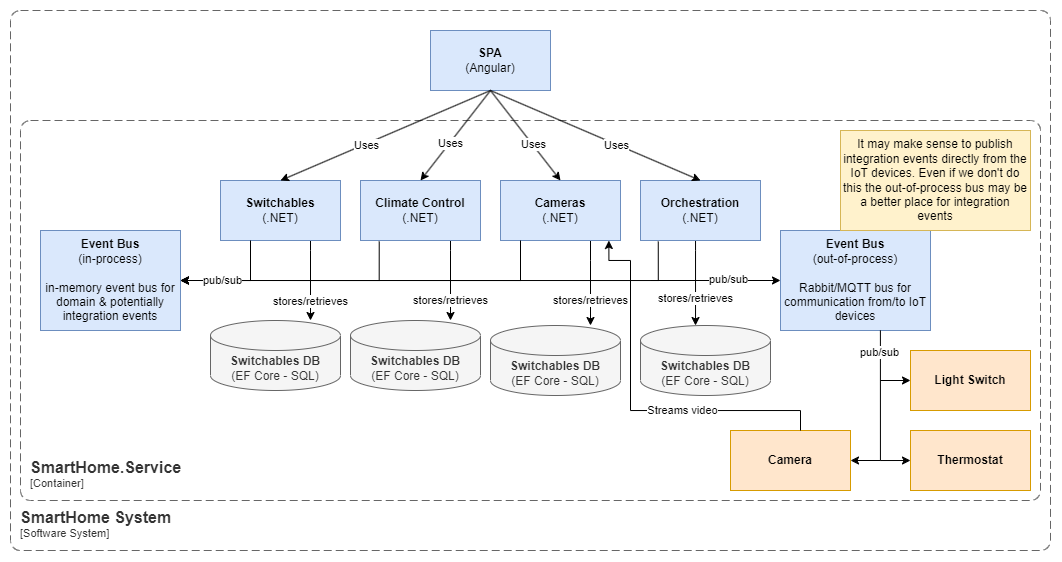
Above: Documentation/Diagrams/SmartHomeC3.drawio.png in alamb3142/SmartHome (draw.io), before the change. Source tidied: cells renumbered, new cells last; positions are measured from the earlier drawing's top-left corner, leaving out a move shared by most shapes.
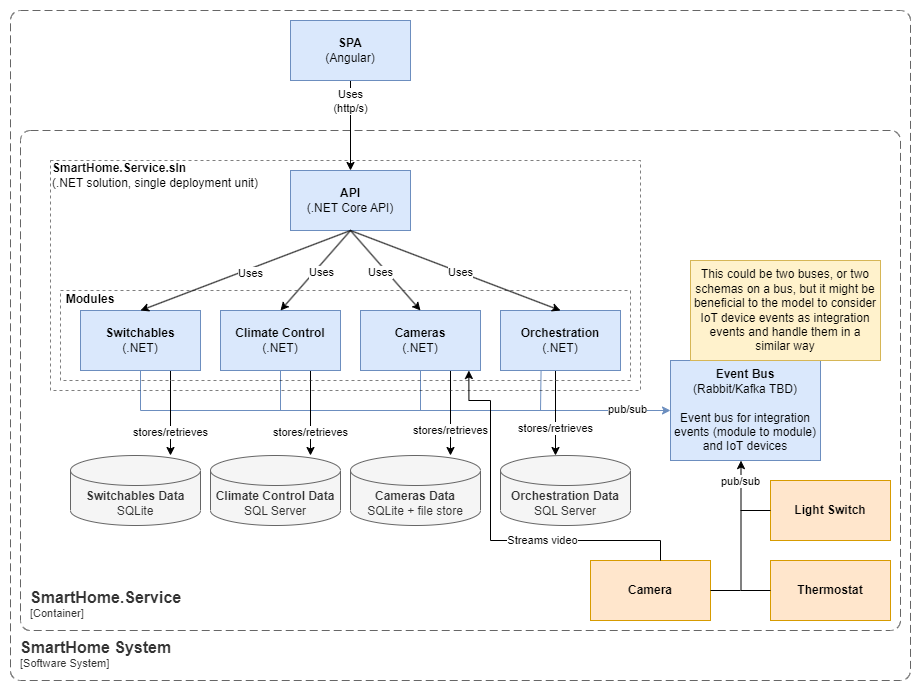
After the change.

Commit message:
Updates C3 diagram and description

Diff of the diagram source:
```diff
@@ -2,21 +2,33 @@
   <root>
     <mxCell id="0" />
     <mxCell id="1" parent="0" />
+    <mxCell id="48" style="endArrow=classic;html=1;rounded=0;exitX=0.5;exitY=1;exitDx=0;exitDy=0;edgeStyle=orthogonalEdgeStyle;fillColor=#dae8fc;strokeColor=#6c8ebf;entryX=0;entryY=0.5;entryDx=0;entryDy=0;" parent="1" edge="1" source="8" target="35">
+      <mxGeometry relative="1" as="geometry">
+        <Array as="points">
+          <mxPoint x="270" y="270" />
+        </Array>
+      </mxGeometry>
+    </mxCell>
+    <mxCell id="49" value="pub/sub" style="edgeLabel;html=1;align=center;verticalAlign=middle;" parent="48" vertex="1">
+      <mxGeometry x="0.8" y="1" relative="1" as="geometry">
+        <mxPoint x="13" as="offset" />
+      </mxGeometry>
+    </mxCell>
     <object id="2" label="&lt;font style=&quot;font-size: 16px&quot;&gt;&lt;b&gt;&lt;div style=&quot;text-align: left&quot;&gt;%c4Name%&lt;/div&gt;&lt;/b&gt;&lt;/font&gt;&lt;div style=&quot;text-align: left&quot;&gt;[%c4Application%]&lt;/div&gt;" c4Application="Container" c4Name="SmartHome.Service" c4Type="ContainerScopeBoundary" placeholders="1">
       <mxCell style="rounded=1;fontSize=11;whiteSpace=wrap;html=1;dashed=1;arcSize=20;fillColor=none;strokeColor=#666666;fontColor=#333333;labelBackgroundColor=none;align=left;verticalAlign=bottom;labelBorderColor=none;spacingTop=0;spacing=10;dashPattern=8 4;perimeter=rectanglePerimeter;noLabel=0;labelPadding=0;absoluteArcSize=1;" parent="1" vertex="1">
-        <mxGeometry x="10" y="110" width="1020" height="380" as="geometry" />
+        <mxGeometry x="150" y="-10" width="880" height="500" as="geometry" />
       </mxCell>
     </object>
-    <mxCell id="3" value="&lt;b&gt;Switchables DB&lt;/b&gt;&lt;br&gt;(EF Core - SQL)" style="shape=cylinder3;whiteSpace=wrap;html=1;boundedLbl=1;backgroundOutline=1;size=15;fillColor=#f5f5f5;fontColor=#333333;strokeColor=#666666;" parent="1" vertex="1">
-      <mxGeometry x="200" y="310" width="130" height="70" as="geometry" />
+    <mxCell id="3" value="&lt;b&gt;Switchables Data&lt;/b&gt;&lt;br&gt;SQLite" style="shape=cylinder3;whiteSpace=wrap;html=1;boundedLbl=1;backgroundOutline=1;size=15;fillColor=#f5f5f5;fontColor=#333333;strokeColor=#666666;" parent="1" vertex="1">
+      <mxGeometry x="200" y="315" width="130" height="70" as="geometry" />
     </mxCell>
     <object id="4" label="&lt;font style=&quot;font-size: 16px&quot;&gt;&lt;b&gt;&lt;div style=&quot;text-align: left&quot;&gt;%c4Name%&lt;/div&gt;&lt;/b&gt;&lt;/font&gt;&lt;div style=&quot;text-align: left&quot;&gt;[%c4Application%]&lt;/div&gt;" c4Application="Software System" c4Name="SmartHome System" c4Type="SystemScopeBoundary" placeholders="1">
       <mxCell style="rounded=1;fontSize=11;whiteSpace=wrap;html=1;dashed=1;arcSize=20;fillColor=none;strokeColor=#666666;fontColor=#333333;labelBackgroundColor=none;align=left;verticalAlign=bottom;labelBorderColor=none;spacingTop=0;spacing=10;dashPattern=8 4;perimeter=rectanglePerimeter;noLabel=0;labelPadding=0;absoluteArcSize=1;" parent="1" vertex="1">
-        <mxGeometry width="1040" height="540" as="geometry" />
+        <mxGeometry x="140" y="-130" width="900" height="670" as="geometry" />
       </mxCell>
     </object>
-    <mxCell id="5" value="&lt;b&gt;SPA&lt;/b&gt;&lt;br&gt;(Angular)" style="rounded=0;whiteSpace=wrap;html=1;fillColor=#dae8fc;strokeColor=#6c8ebf;" parent="1" vertex="1">
-      <mxGeometry x="420" y="20" width="120" height="60" as="geometry" />
+    <mxCell id="5" value="&lt;b&gt;API&lt;/b&gt;&lt;br&gt;(.NET Core API)" style="rounded=0;whiteSpace=wrap;html=1;fillColor=#dae8fc;strokeColor=#6c8ebf;" parent="1" vertex="1">
+      <mxGeometry x="420" y="30" width="120" height="60" as="geometry" />
     </mxCell>
     <mxCell id="6" style="edgeStyle=orthogonalEdgeStyle;rounded=0;jettySize=auto;html=1;" parent="1" edge="1" source="8" target="3">
       <mxGeometry relative="1" as="geometry">
@@ -50,9 +62,6 @@
     <mxCell id="11" value="&lt;b&gt;Climate Control&lt;/b&gt;&lt;br&gt;(.NET)" style="rounded=0;whiteSpace=wrap;html=1;fillColor=#dae8fc;strokeColor=#6c8ebf;" parent="1" vertex="1">
       <mxGeometry x="350" y="170" width="120" height="60" as="geometry" />
     </mxCell>
-    <mxCell id="12" value="&lt;b&gt;Event Bus&lt;/b&gt;&lt;br&gt;(in-process)&lt;br&gt;&lt;br&gt;in-memory event bus for domain &amp;amp; potentially integration events" style="rounded=0;whiteSpace=wrap;html=1;fillColor=#dae8fc;strokeColor=#6c8ebf;" parent="1" vertex="1">
-      <mxGeometry x="30" y="220" width="140" height="100" as="geometry" />
-    </mxCell>
     <mxCell id="13" style="edgeStyle=orthogonalEdgeStyle;rounded=0;jettySize=auto;html=1;" parent="1" edge="1" source="15" target="20">
       <mxGeometry relative="1" as="geometry">
         <Array as="points">
@@ -83,82 +92,52 @@
     <mxCell id="18" value="&lt;b&gt;Orchestration&lt;/b&gt;&lt;br&gt;(.NET)" style="rounded=0;whiteSpace=wrap;html=1;fillColor=#dae8fc;strokeColor=#6c8ebf;" parent="1" vertex="1">
       <mxGeometry x="630" y="170" width="120" height="60" as="geometry" />
     </mxCell>
-    <mxCell id="19" value="&lt;b&gt;Switchables DB&lt;/b&gt;&lt;br&gt;(EF Core - SQL)" style="shape=cylinder3;whiteSpace=wrap;html=1;boundedLbl=1;backgroundOutline=1;size=15;fillColor=#f5f5f5;fontColor=#333333;strokeColor=#666666;" parent="1" vertex="1">
-      <mxGeometry x="340" y="310" width="130" height="70" as="geometry" />
+    <mxCell id="19" value="&lt;b&gt;Climate Control Data&lt;/b&gt;&lt;br&gt;SQL Server" style="shape=cylinder3;whiteSpace=wrap;html=1;boundedLbl=1;backgroundOutline=1;size=15;fillColor=#f5f5f5;fontColor=#333333;strokeColor=#666666;" parent="1" vertex="1">
+      <mxGeometry x="340" y="315" width="130" height="70" as="geometry" />
     </mxCell>
-    <mxCell id="20" value="&lt;b&gt;Switchables DB&lt;/b&gt;&lt;br&gt;(EF Core - SQL)" style="shape=cylinder3;whiteSpace=wrap;html=1;boundedLbl=1;backgroundOutline=1;size=15;fillColor=#f5f5f5;fontColor=#333333;strokeColor=#666666;" parent="1" vertex="1">
+    <mxCell id="20" value="&lt;b&gt;Cameras Data&lt;/b&gt;&lt;br&gt;SQLite + file store" style="shape=cylinder3;whiteSpace=wrap;html=1;boundedLbl=1;backgroundOutline=1;size=15;fillColor=#f5f5f5;fontColor=#333333;strokeColor=#666666;" parent="1" vertex="1">
       <mxGeometry x="480" y="315" width="130" height="70" as="geometry" />
     </mxCell>
-    <mxCell id="21" value="&lt;b&gt;Switchables DB&lt;/b&gt;&lt;br&gt;(EF Core - SQL)" style="shape=cylinder3;whiteSpace=wrap;html=1;boundedLbl=1;backgroundOutline=1;size=15;fillColor=#f5f5f5;fontColor=#333333;strokeColor=#666666;" parent="1" vertex="1">
+    <mxCell id="21" value="&lt;b&gt;Orchestration Data&lt;/b&gt;&lt;br&gt;SQL Server" style="shape=cylinder3;whiteSpace=wrap;html=1;boundedLbl=1;backgroundOutline=1;size=15;fillColor=#f5f5f5;fontColor=#333333;strokeColor=#666666;" parent="1" vertex="1">
       <mxGeometry x="630" y="315" width="130" height="70" as="geometry" />
     </mxCell>
-    <mxCell id="22" style="endArrow=classic;html=1;rounded=0;entryX=1;entryY=0.5;entryDx=0;entryDy=0;edgeStyle=orthogonalEdgeStyle;" parent="1" edge="1" target="12">
-      <mxGeometry relative="1" as="geometry">
-        <mxPoint x="240" y="230" as="sourcePoint" />
-        <Array as="points">
-          <mxPoint x="240" y="230" />
-          <mxPoint x="240" y="270" />
-        </Array>
-      </mxGeometry>
-    </mxCell>
-    <mxCell id="23" style="endArrow=classic;html=1;rounded=0;exitX=0.156;exitY=1.017;exitDx=0;exitDy=0;exitPerimeter=0;entryX=1;entryY=0.5;entryDx=0;entryDy=0;edgeStyle=orthogonalEdgeStyle;" parent="1" edge="1" source="11" target="12">
-      <mxGeometry relative="1" as="geometry" />
-    </mxCell>
-    <mxCell id="24" style="endArrow=classic;html=1;rounded=0;entryX=1;entryY=0.5;entryDx=0;entryDy=0;edgeStyle=orthogonalEdgeStyle;" parent="1" edge="1" target="12">
-      <mxGeometry relative="1" as="geometry">
-        <mxPoint x="510" y="230" as="sourcePoint" />
-        <Array as="points">
-          <mxPoint x="510" y="270" />
-        </Array>
-      </mxGeometry>
-    </mxCell>
-    <mxCell id="25" style="endArrow=classic;html=1;rounded=0;exitX=0.148;exitY=1.017;exitDx=0;exitDy=0;exitPerimeter=0;entryX=1;entryY=0.5;entryDx=0;entryDy=0;edgeStyle=orthogonalEdgeStyle;" parent="1" edge="1" source="18" target="12">
-      <mxGeometry relative="1" as="geometry" />
-    </mxCell>
-    <mxCell id="26" value="pub/sub" style="edgeLabel;html=1;align=center;verticalAlign=middle;" parent="25" vertex="1">
-      <mxGeometry x="0.84" relative="1" as="geometry" />
-    </mxCell>
     <mxCell id="27" style="endArrow=classic;html=1;rounded=0;exitX=0.5;exitY=1;exitDx=0;exitDy=0;entryX=0.5;entryY=0;entryDx=0;entryDy=0;" parent="1" edge="1" source="5" target="8">
       <mxGeometry relative="1" as="geometry" />
     </mxCell>
     <mxCell id="28" value="Uses" style="edgeLabel;html=1;align=center;verticalAlign=middle;" parent="27" vertex="1">
-      <mxGeometry x="0.19" y="1" relative="1" as="geometry" />
+      <mxGeometry x="0.19" y="1" relative="1" as="geometry">
+        <mxPoint x="24" y="-6" as="offset" />
+      </mxGeometry>
     </mxCell>
-    <mxCell id="29" style="endArrow=classic;html=1;rounded=0;entryX=0.5;entryY=0;entryDx=0;entryDy=0;" parent="1" edge="1" target="11">
-      <mxGeometry relative="1" as="geometry">
-        <mxPoint x="480" y="80" as="sourcePoint" />
-      </mxGeometry>
+    <mxCell id="29" style="endArrow=classic;html=1;rounded=0;entryX=0.5;entryY=0;entryDx=0;entryDy=0;exitX=0.5;exitY=1;exitDx=0;exitDy=0;" parent="1" edge="1" source="5" target="11">
+      <mxGeometry relative="1" as="geometry" />
     </mxCell>
     <mxCell id="30" value="Uses" style="edgeLabel;html=1;align=center;verticalAlign=middle;" parent="29" vertex="1">
-      <mxGeometry x="0.16" y="1" relative="1" as="geometry" />
+      <mxGeometry x="0.16" y="1" relative="1" as="geometry">
+        <mxPoint x="10" y="-5" as="offset" />
+      </mxGeometry>
     </mxCell>
     <mxCell id="31" style="endArrow=classic;html=1;rounded=0;exitX=0.5;exitY=1;exitDx=0;exitDy=0;entryX=0.5;entryY=0;entryDx=0;entryDy=0;" parent="1" edge="1" source="5" target="15">
       <mxGeometry relative="1" as="geometry" />
     </mxCell>
     <mxCell id="32" value="Uses" style="edgeLabel;html=1;align=center;verticalAlign=middle;" parent="31" vertex="1">
-      <mxGeometry x="0.21" y="1" relative="1" as="geometry" />
+      <mxGeometry x="0.21" y="1" relative="1" as="geometry">
+        <mxPoint x="-13" y="-6" as="offset" />
+      </mxGeometry>
     </mxCell>
-    <mxCell id="33" style="endArrow=classic;html=1;rounded=0;entryX=0.5;entryY=0;entryDx=0;entryDy=0;" parent="1" edge="1" target="18">
-      <mxGeometry relative="1" as="geometry">
-        <mxPoint x="480" y="80" as="sourcePoint" />
-      </mxGeometry>
+    <mxCell id="33" style="endArrow=classic;html=1;rounded=0;entryX=0.5;entryY=0;entryDx=0;entryDy=0;exitX=0.5;exitY=1;exitDx=0;exitDy=0;" parent="1" edge="1" source="5" target="18">
+      <mxGeometry relative="1" as="geometry" />
     </mxCell>
     <mxCell id="34" value="Uses" style="edgeLabel;html=1;align=center;verticalAlign=middle;" parent="33" vertex="1">
-      <mxGeometry x="0.2" y="-1" relative="1" as="geometry" />
+      <mxGeometry x="0.2" y="-1" relative="1" as="geometry">
+        <mxPoint x="-16" y="-7" as="offset" />
+      </mxGeometry>
     </mxCell>
-    <mxCell id="35" value="&lt;b&gt;Event Bus&lt;/b&gt;&lt;br&gt;(out-of-process)&lt;br&gt;&lt;br&gt;Rabbit/MQTT bus for communication from/to IoT devices" style="rounded=0;whiteSpace=wrap;html=1;fillColor=#dae8fc;strokeColor=#6c8ebf;" parent="1" vertex="1">
-      <mxGeometry x="770" y="220" width="150" height="100" as="geometry" />
+    <mxCell id="35" value="&lt;b&gt;Event Bus&lt;br&gt;&lt;/b&gt;(Rabbit/Kafka TBD)&lt;br&gt;&lt;br&gt;Event bus for integration events (module to module) and IoT devices" style="rounded=0;whiteSpace=wrap;html=1;fillColor=#dae8fc;strokeColor=#6c8ebf;" parent="1" vertex="1">
+      <mxGeometry x="800" y="220" width="150" height="100" as="geometry" />
     </mxCell>
-    <mxCell id="36" style="endArrow=classic;html=1;rounded=0;entryX=0;entryY=0.5;entryDx=0;entryDy=0;" parent="1" edge="1" target="35">
-      <mxGeometry relative="1" as="geometry">
-        <mxPoint x="640" y="270" as="sourcePoint" />
-      </mxGeometry>
-    </mxCell>
-    <mxCell id="37" value="pub/sub" style="edgeLabel;html=1;align=center;verticalAlign=middle;" parent="36" vertex="1">
-      <mxGeometry x="0.18" y="1" relative="1" as="geometry" />
-    </mxCell>
-    <mxCell id="38" value="It may make sense to publish integration events directly from the IoT devices. Even if we don't do this the out-of-process bus may be a better place for integration events" style="rounded=0;whiteSpace=wrap;html=1;fillColor=#fff2cc;strokeColor=#d6b656;" parent="1" vertex="1">
-      <mxGeometry x="830" y="120" width="190" height="100" as="geometry" />
+    <mxCell id="38" value="This could be two buses, or two schemas on a bus, but it might be beneficial to the model to consider IoT device events as integration events and handle them in a similar way" style="rounded=0;whiteSpace=wrap;html=1;fillColor=#fff2cc;strokeColor=#d6b656;" parent="1" vertex="1">
+      <mxGeometry x="820" y="120" width="190" height="100" as="geometry" />
     </mxCell>
     <mxCell id="39" value="&lt;b&gt;Light Switch&lt;/b&gt;" style="rounded=0;whiteSpace=wrap;html=1;fillColor=#ffe6cc;strokeColor=#d79b00;" parent="1" vertex="1">
       <mxGeometry x="900" y="340" width="120" height="60" as="geometry" />
@@ -169,19 +148,23 @@
     <mxCell id="41" value="&lt;b&gt;Camera&lt;/b&gt;" style="rounded=0;whiteSpace=wrap;html=1;fillColor=#ffe6cc;strokeColor=#d79b00;" parent="1" vertex="1">
       <mxGeometry x="720" y="420" width="120" height="60" as="geometry" />
     </mxCell>
-    <mxCell id="42" style="endArrow=classic;html=1;rounded=0;exitX=0.666;exitY=0.999;exitDx=0;exitDy=0;edgeStyle=orthogonalEdgeStyle;entryX=0;entryY=0.5;entryDx=0;entryDy=0;exitPerimeter=0;" parent="1" edge="1" source="35" target="40">
-      <mxGeometry relative="1" as="geometry" />
+    <mxCell id="42" style="endArrow=none;html=1;rounded=0;exitX=0.47;exitY=1.001;exitDx=0;exitDy=0;edgeStyle=orthogonalEdgeStyle;entryX=0;entryY=0.5;entryDx=0;entryDy=0;exitPerimeter=0;endFill=0;startArrow=classic;startFill=1;" parent="1" edge="1" source="35" target="40">
+      <mxGeometry relative="1" as="geometry">
+        <Array as="points">
+          <mxPoint x="871" y="450" />
+        </Array>
+      </mxGeometry>
     </mxCell>
     <mxCell id="43" value="pub/sub" style="edgeLabel;html=1;align=center;verticalAlign=middle;" parent="42" vertex="1">
       <mxGeometry x="-0.73" y="-1" relative="1" as="geometry" />
     </mxCell>
-    <mxCell id="44" style="endArrow=classic;html=1;rounded=0;" parent="1" edge="1">
+    <mxCell id="44" style="endArrow=none;html=1;rounded=0;endFill=0;" parent="1" edge="1">
       <mxGeometry relative="1" as="geometry">
         <mxPoint x="870" y="370" as="sourcePoint" />
         <mxPoint x="900" y="370" as="targetPoint" />
       </mxGeometry>
     </mxCell>
-    <mxCell id="45" style="endArrow=classic;html=1;rounded=0;edgeStyle=orthogonalEdgeStyle;" parent="1" edge="1">
+    <mxCell id="45" style="endArrow=none;html=1;rounded=0;edgeStyle=orthogonalEdgeStyle;endFill=0;" parent="1" edge="1">
       <mxGeometry relative="1" as="geometry">
         <mxPoint x="870" y="450" as="sourcePoint" />
         <mxPoint x="840" y="450" as="targetPoint" />
@@ -193,13 +176,54 @@
         <Array as="points">
           <mxPoint x="790" y="400" />
           <mxPoint x="620" y="400" />
-          <mxPoint x="620" y="250" />
-          <mxPoint x="598" y="250" />
+          <mxPoint x="620" y="260" />
+          <mxPoint x="598" y="260" />
         </Array>
       </mxGeometry>
     </mxCell>
     <mxCell id="47" value="Streams video" style="edgeLabel;html=1;align=center;verticalAlign=middle;" parent="46" vertex="1">
       <mxGeometry x="-0.27" relative="1" as="geometry" />
     </mxCell>
+    <mxCell id="50" style="endArrow=none;html=1;rounded=0;entryX=0.5;entryY=1;entryDx=0;entryDy=0;fillColor=#dae8fc;strokeColor=#6c8ebf;" parent="1" edge="1" target="11">
+      <mxGeometry relative="1" as="geometry">
+        <mxPoint x="410" y="270" as="sourcePoint" />
+      </mxGeometry>
+    </mxCell>
+    <mxCell id="51" style="endArrow=none;html=1;rounded=0;entryX=0.5;entryY=1;entryDx=0;entryDy=0;fillColor=#dae8fc;strokeColor=#6c8ebf;" parent="1" edge="1" target="15">
+      <mxGeometry relative="1" as="geometry">
+        <mxPoint x="550" y="270" as="sourcePoint" />
+      </mxGeometry>
+    </mxCell>
+    <mxCell id="52" style="endArrow=none;html=1;rounded=0;entryX=0.338;entryY=1.003;entryDx=0;entryDy=0;entryPerimeter=0;fillColor=#dae8fc;strokeColor=#6c8ebf;" parent="1" edge="1" target="18">
+      <mxGeometry relative="1" as="geometry">
+        <mxPoint x="670" y="270" as="sourcePoint" />
+      </mxGeometry>
+    </mxCell>
+    <mxCell id="53" style="edgeStyle=orthogonalEdgeStyle;rounded=0;jettySize=auto;html=1;" parent="1" edge="1" source="55" target="5">
+      <mxGeometry relative="1" as="geometry" />
+    </mxCell>
+    <mxCell id="54" value="Uses&lt;br&gt;(http/s)" style="edgeLabel;html=1;align=center;verticalAlign=middle;" parent="53" vertex="1">
+      <mxGeometry x="-0.73" y="-2" relative="1" as="geometry">
+        <mxPoint x="2" y="8" as="offset" />
+      </mxGeometry>
+    </mxCell>
+    <mxCell id="55" value="&lt;b&gt;SPA&lt;/b&gt;&lt;br&gt;(Angular)" style="rounded=0;whiteSpace=wrap;html=1;fillColor=#dae8fc;strokeColor=#6c8ebf;" parent="1" vertex="1">
+      <mxGeometry x="420" y="-120" width="120" height="60" as="geometry" />
+    </mxCell>
+    <mxCell id="56" style="group;dashed=1;dashPattern=8 8;" parent="1" vertex="1">
+      <mxGeometry x="190" y="150" width="580" height="100" as="geometry" />
+    </mxCell>
+    <mxCell id="57" style="rounded=0;whiteSpace=wrap;html=1;fillColor=none;dashed=1;opacity=50;" parent="56" vertex="1">
+      <mxGeometry x="-10" y="-130" width="590" height="230" as="geometry" />
+    </mxCell>
+    <mxCell id="58" style="rounded=0;whiteSpace=wrap;html=1;fillColor=none;dashed=1;opacity=50;" parent="56" vertex="1">
+      <mxGeometry width="570" height="90" as="geometry" />
+    </mxCell>
+    <mxCell id="59" value="&lt;b&gt;Modules&lt;/b&gt;" style="text;html=1;strokeColor=none;fillColor=none;align=center;verticalAlign=middle;whiteSpace=wrap;rounded=0;" parent="56" vertex="1">
+      <mxGeometry width="60" height="18" as="geometry" />
+    </mxCell>
+    <mxCell id="60" value="&lt;b&gt;SmartHome.Service.sln&lt;/b&gt;&lt;br&gt;(.NET solution, single deployment unit)" style="text;html=1;strokeColor=none;fillColor=none;align=left;verticalAlign=middle;whiteSpace=wrap;rounded=0;" parent="1" vertex="1">
+      <mxGeometry x="180" y="20" width="220" height="30" as="geometry" />
+    </mxCell>
   </root>
 </mxGraphModel>
```
